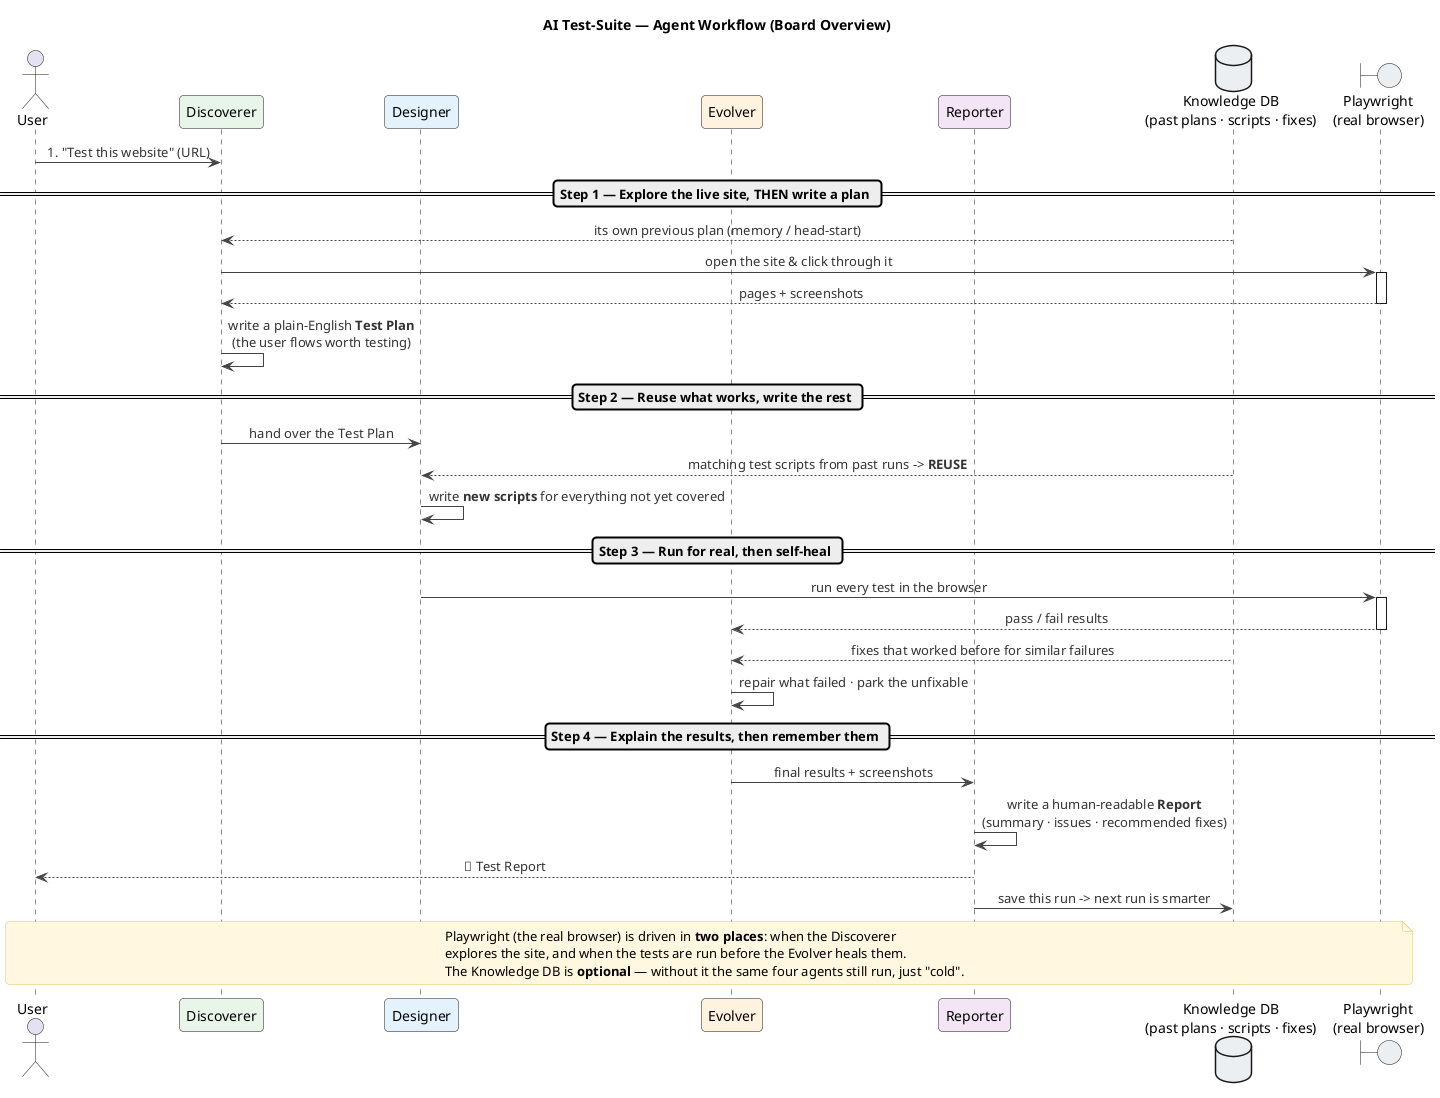
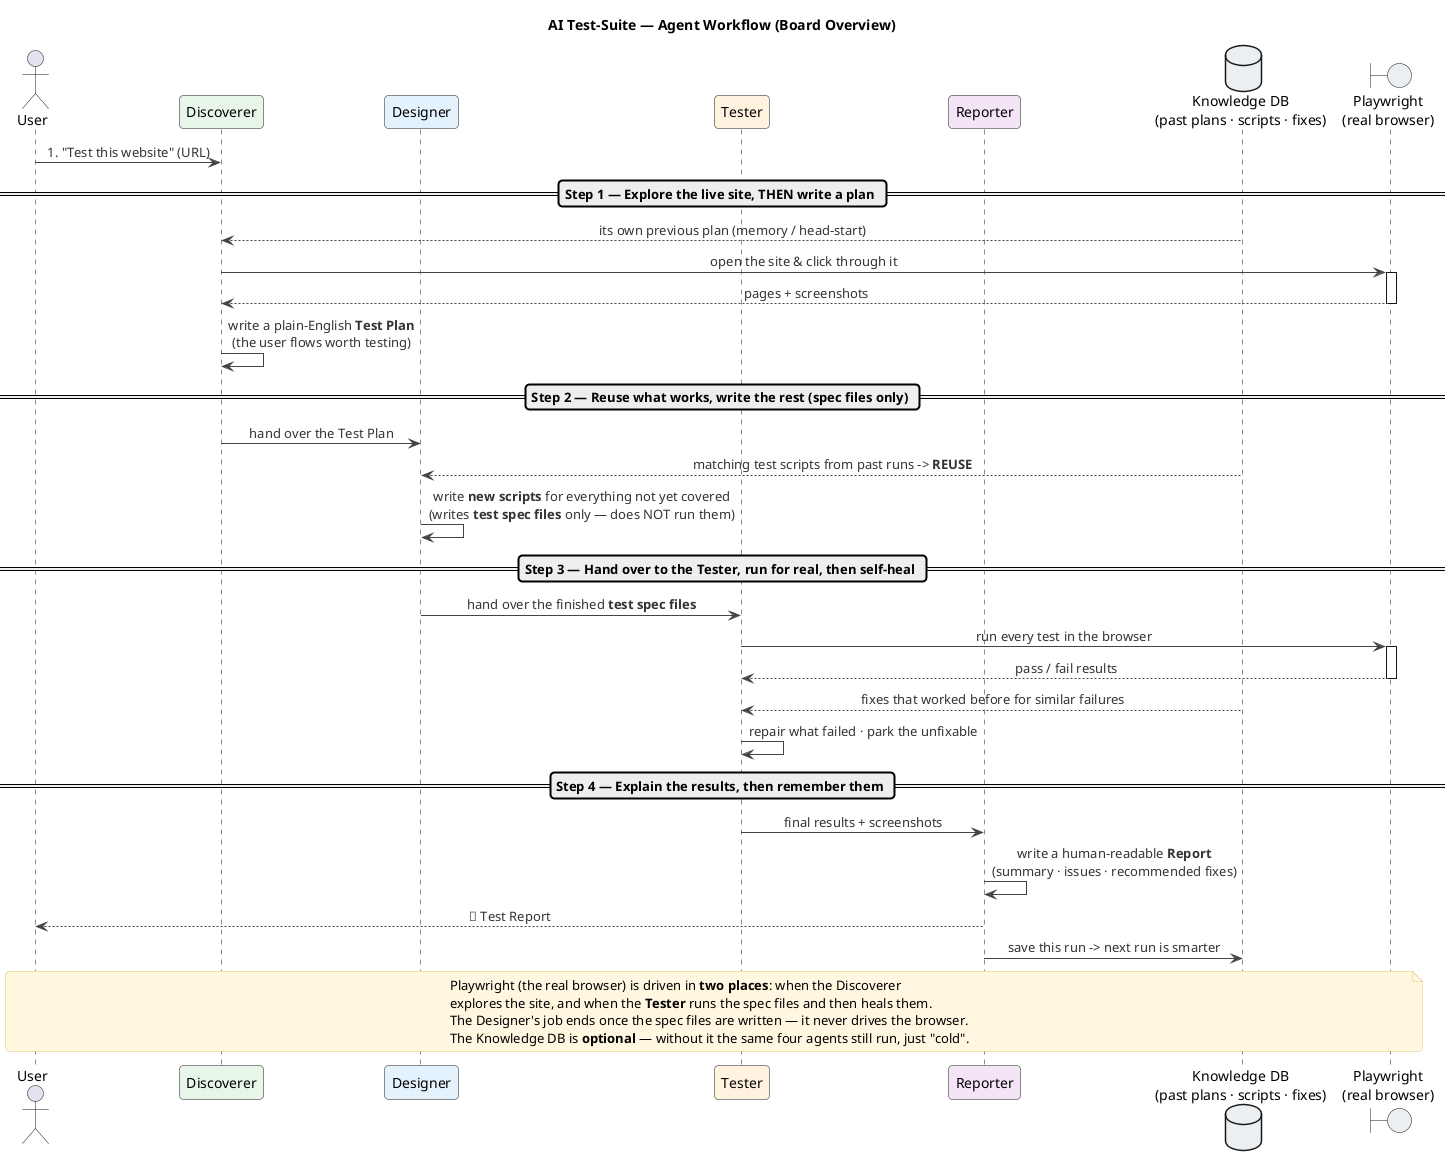
@startuml ai-test-suite-workflow
title AI Test-Suite — Agent Workflow (Board Overview)

' --- look & feel: clean, readable, board-friendly ---
skinparam backgroundColor #FFFFFF
skinparam shadowing false
skinparam sequenceMessageAlign center
skinparam roundcorner 8
skinparam ArrowColor #444444
skinparam ArrowFontColor #333333
skinparam NoteBackgroundColor #FFF7E0
skinparam NoteBorderColor #E0C46C

actor "User" as User

participant "Discoverer" as A1 #E8F5E9
participant "Designer"   as A2 #E3F2FD
- participant "Evolver"    as A3 #FFF3E0
+ participant "Tester"    as A3 #FFF3E0
participant "Reporter"   as A4 #F3E5F5

database  "Knowledge DB\n(past plans · scripts · fixes)" as DB #ECEFF1
boundary  "Playwright\n(real browser)"                  as PW #ECEFF1

User -> A1 : 1. "Test this website" (URL)

== Step 1 — Explore the live site, THEN write a plan ==
DB --> A1 : its own previous plan (memory / head-start)
A1 -> PW : open the site & click through it
activate PW
PW --> A1 : pages + screenshots
deactivate PW
A1 -> A1 : write a plain-English **Test Plan**\n(the user flows worth testing)

- == Step 2 — Reuse what works, write the rest ==
+ == Step 2 — Reuse what works, write the rest (spec files only) ==
A1 -> A2 : hand over the Test Plan
DB --> A2 : matching test scripts from past runs -> **REUSE**
- A2 -> A2 : write **new scripts** for everything not yet covered
+ A2 -> A2 : write **new scripts** for everything not yet covered\n(writes **test spec files** only — does NOT run them)

- == Step 3 — Run for real, then self-heal ==
- A2 -> PW : run every test in the browser
+ == Step 3 — Hand over to the Tester, run for real, then self-heal ==
+ A2 -> A3 : hand over the finished **test spec files**
+ A3 -> PW : run every test in the browser
activate PW
PW --> A3 : pass / fail results
deactivate PW
DB --> A3 : fixes that worked before for similar failures
A3 -> A3 : repair what failed · park the unfixable

== Step 4 — Explain the results, then remember them ==
A3 -> A4 : final results + screenshots
A4 -> A4 : write a human-readable **Report**\n(summary · issues · recommended fixes)
A4 --> User : 📄 Test Report
A4 -> DB : save this run -> next run is smarter

note across
  Playwright (the real browser) is driven in **two places**: when the Discoverer
-   explores the site, and when the tests are run before the Evolver heals them.
+   explores the site, and when the **Tester** runs the spec files and then heals them.
+   The Designer's job ends once the spec files are written — it never drives the browser.
  The Knowledge DB is **optional** — without it the same four agents still run, just "cold".
end note

@enduml
